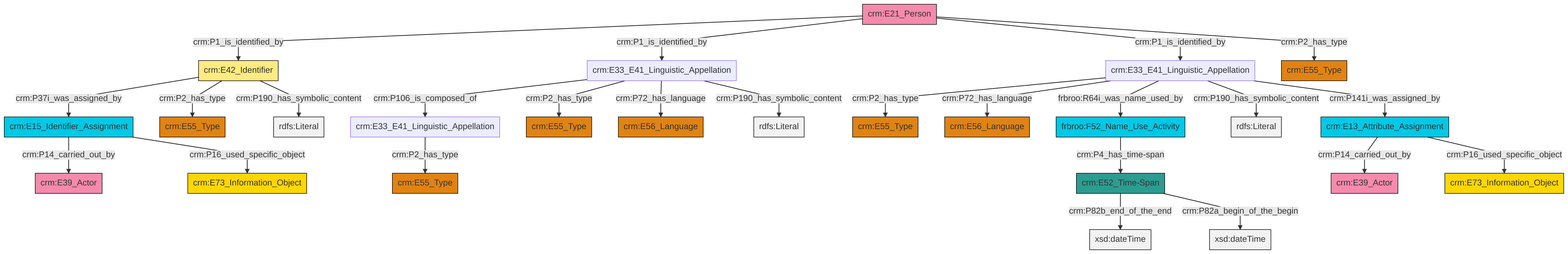
Above: et/personCSV/ttl/mmd/png/Person_Names_and_Classification.png in swiss-art-research-net/reference-data-models (Mermaid), before the change. Its source is kept beside it as et/personCSV/ttl/mmd/Person_Names_and_Classification.ttl.mmd.
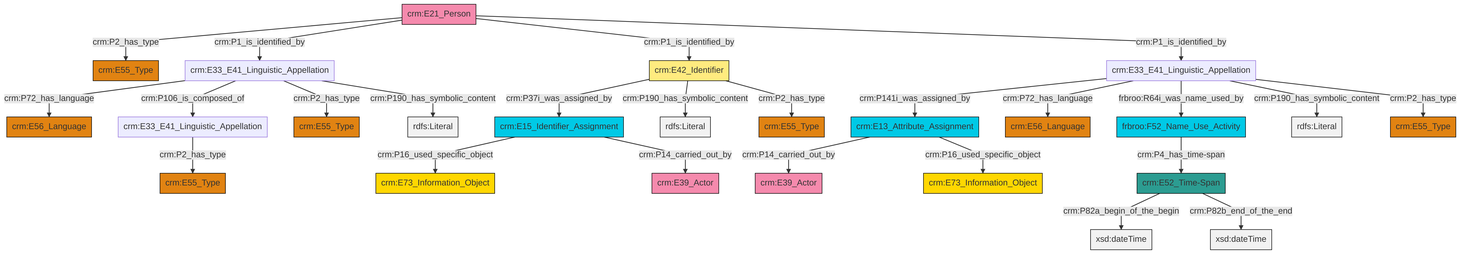
The same file after the commit.

The edit, as a diff of the source:
```diff
@@ -13,27 +13,27 @@
 classDef PC_Classes fill:#4ce600, stroke:#000000;
 classDef Multi fill:#cccccc,stroke:#000000;
 
-0["frbroo:F52_Name_Use_Activity"]:::Temporal_Entity -->|crm:P4_has_time-span| 1["crm:E52_Time-Span"]:::Time-Span
-6["crm:E33_E41_Linguistic_Appellation"]:::Default -->|crm:P2_has_type| 7["crm:E55_Type"]:::Type
-8["crm:E21_Person"]:::Actor -->|crm:P1_is_identified_by| 9["crm:E42_Identifier"]:::Appellation
-9["crm:E42_Identifier"]:::Appellation -->|crm:P37i_was_assigned_by| 10["crm:E15_Identifier_Assignment"]:::Temporal_Entity
-2["crm:E33_E41_Linguistic_Appellation"]:::Default -->|crm:P106_is_composed_of| 11["crm:E33_E41_Linguistic_Appellation"]:::Default
-10["crm:E15_Identifier_Assignment"]:::Temporal_Entity -->|crm:P14_carried_out_by| 22["crm:E39_Actor"]:::Actor
-6["crm:E33_E41_Linguistic_Appellation"]:::Default -->|crm:P72_has_language| 14["crm:E56_Language"]:::Type
-6["crm:E33_E41_Linguistic_Appellation"]:::Default -->|frbroo:R64i_was_name_used_by| 0["frbroo:F52_Name_Use_Activity"]:::Temporal_Entity
-6["crm:E33_E41_Linguistic_Appellation"]:::Default -->|crm:P190_has_symbolic_content| 30[rdfs:Literal]:::Literal
-8["crm:E21_Person"]:::Actor -->|crm:P1_is_identified_by| 2["crm:E33_E41_Linguistic_Appellation"]:::Default
-31["crm:E13_Attribute_Assignment"]:::Temporal_Entity -->|crm:P14_carried_out_by| 32["crm:E39_Actor"]:::Actor
-8["crm:E21_Person"]:::Actor -->|crm:P1_is_identified_by| 6["crm:E33_E41_Linguistic_Appellation"]:::Default
-1["crm:E52_Time-Span"]:::Time-Span -->|crm:P82b_end_of_the_end| 33[xsd:dateTime]:::Literal
-31["crm:E13_Attribute_Assignment"]:::Temporal_Entity -->|crm:P16_used_specific_object| 12["crm:E73_Information_Object"]:::Conceptual_Object
-1["crm:E52_Time-Span"]:::Time-Span -->|crm:P82a_begin_of_the_begin| 34[xsd:dateTime]:::Literal
-2["crm:E33_E41_Linguistic_Appellation"]:::Default -->|crm:P2_has_type| 20["crm:E55_Type"]:::Type
-8["crm:E21_Person"]:::Actor -->|crm:P2_has_type| 23["crm:E55_Type"]:::Type
-9["crm:E42_Identifier"]:::Appellation -->|crm:P2_has_type| 18["crm:E55_Type"]:::Type
-11["crm:E33_E41_Linguistic_Appellation"]:::Default -->|crm:P2_has_type| 28["crm:E55_Type"]:::Type
-10["crm:E15_Identifier_Assignment"]:::Temporal_Entity -->|crm:P16_used_specific_object| 4["crm:E73_Information_Object"]:::Conceptual_Object
-9["crm:E42_Identifier"]:::Appellation -->|crm:P190_has_symbolic_content| 40[rdfs:Literal]:::Literal
-2["crm:E33_E41_Linguistic_Appellation"]:::Default -->|crm:P72_has_language| 42["crm:E56_Language"]:::Type
-6["crm:E33_E41_Linguistic_Appellation"]:::Default -->|crm:P141i_was_assigned_by| 31["crm:E13_Attribute_Assignment"]:::Temporal_Entity
-2["crm:E33_E41_Linguistic_Appellation"]:::Default -->|crm:P190_has_symbolic_content| 46[rdfs:Literal]:::Literal
+0["crm:E21_Person"]:::Actor -->|crm:P2_has_type| 1["crm:E55_Type"]:::Type
+6["crm:E33_E41_Linguistic_Appellation"]:::Default -->|crm:P72_has_language| 7["crm:E56_Language"]:::Type
+8["crm:E33_E41_Linguistic_Appellation"]:::Default -->|crm:P141i_was_assigned_by| 9["crm:E13_Attribute_Assignment"]:::Temporal_Entity
+6["crm:E33_E41_Linguistic_Appellation"]:::Default -->|crm:P106_is_composed_of| 10["crm:E33_E41_Linguistic_Appellation"]:::Default
+6["crm:E33_E41_Linguistic_Appellation"]:::Default -->|crm:P2_has_type| 11["crm:E55_Type"]:::Type
+8["crm:E33_E41_Linguistic_Appellation"]:::Default -->|crm:P72_has_language| 16["crm:E56_Language"]:::Type
+9["crm:E13_Attribute_Assignment"]:::Temporal_Entity -->|crm:P14_carried_out_by| 19["crm:E39_Actor"]:::Actor
+0["crm:E21_Person"]:::Actor -->|crm:P1_is_identified_by| 6["crm:E33_E41_Linguistic_Appellation"]:::Default
+0["crm:E21_Person"]:::Actor -->|crm:P1_is_identified_by| 17["crm:E42_Identifier"]:::Appellation
+23["crm:E15_Identifier_Assignment"]:::Temporal_Entity -->|crm:P16_used_specific_object| 24["crm:E73_Information_Object"]:::Conceptual_Object
+8["crm:E33_E41_Linguistic_Appellation"]:::Default -->|frbroo:R64i_was_name_used_by| 21["frbroo:F52_Name_Use_Activity"]:::Temporal_Entity
+14["crm:E52_Time-Span"]:::Time-Span -->|crm:P82a_begin_of_the_begin| 27[xsd:dateTime]:::Literal
+8["crm:E33_E41_Linguistic_Appellation"]:::Default -->|crm:P190_has_symbolic_content| 29[rdfs:Literal]:::Literal
+14["crm:E52_Time-Span"]:::Time-Span -->|crm:P82b_end_of_the_end| 34[xsd:dateTime]:::Literal
+9["crm:E13_Attribute_Assignment"]:::Temporal_Entity -->|crm:P16_used_specific_object| 35["crm:E73_Information_Object"]:::Conceptual_Object
+23["crm:E15_Identifier_Assignment"]:::Temporal_Entity -->|crm:P14_carried_out_by| 25["crm:E39_Actor"]:::Actor
+21["frbroo:F52_Name_Use_Activity"]:::Temporal_Entity -->|crm:P4_has_time-span| 14["crm:E52_Time-Span"]:::Time-Span
+17["crm:E42_Identifier"]:::Appellation -->|crm:P37i_was_assigned_by| 23["crm:E15_Identifier_Assignment"]:::Temporal_Entity
+17["crm:E42_Identifier"]:::Appellation -->|crm:P190_has_symbolic_content| 41[rdfs:Literal]:::Literal
+6["crm:E33_E41_Linguistic_Appellation"]:::Default -->|crm:P190_has_symbolic_content| 43[rdfs:Literal]:::Literal
+10["crm:E33_E41_Linguistic_Appellation"]:::Default -->|crm:P2_has_type| 44["crm:E55_Type"]:::Type
+0["crm:E21_Person"]:::Actor -->|crm:P1_is_identified_by| 8["crm:E33_E41_Linguistic_Appellation"]:::Default
+17["crm:E42_Identifier"]:::Appellation -->|crm:P2_has_type| 2["crm:E55_Type"]:::Type
+8["crm:E33_E41_Linguistic_Appellation"]:::Default -->|crm:P2_has_type| 4["crm:E55_Type"]:::Type
```
